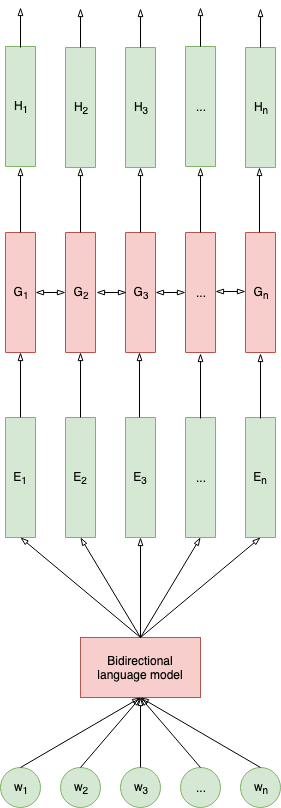
gorjanradevski/Master-thesis keeps this draw.io diagram as Images/sentence_encoder.png. Above is the earlier version. Source tidied: cells renumbered, new cells last; positions are measured from the earlier drawing's top-left corner, leaving out a move shared by most shapes. The source it was exported from:
```xml
<mxGraphModel>
  <root>
    <mxCell id="0" />
    <mxCell id="1" parent="0" />
    <mxCell id="2" value="Bidirectional language model" style="rounded=0;whiteSpace=wrap;html=1;fillColor=#f8cecc;strokeColor=#b85450;" parent="1" vertex="1">
      <mxGeometry x="120" y="630" width="120" height="60" as="geometry" />
    </mxCell>
    <mxCell id="3" value="G&lt;sub&gt;1&lt;/sub&gt;" style="rounded=0;whiteSpace=wrap;html=1;rotation=90;fillColor=#f8cecc;strokeColor=#b85450;horizontal=0;" parent="1" vertex="1">
      <mxGeometry y="270" width="120" height="30" as="geometry" />
    </mxCell>
    <mxCell id="4" value="G&lt;sub&gt;2&lt;/sub&gt;" style="rounded=0;whiteSpace=wrap;html=1;rotation=90;fillColor=#f8cecc;strokeColor=#b85450;verticalAlign=middle;horizontal=0;" parent="1" vertex="1">
      <mxGeometry x="60" y="270" width="120" height="30" as="geometry" />
    </mxCell>
    <mxCell id="5" style="endArrow=blockThin;startArrow=blockThin;html=1;startFill=0;endFill=0;exitX=0.5;exitY=0;exitDx=0;exitDy=0;entryX=0.5;entryY=1;entryDx=0;entryDy=0;" parent="1" edge="1" source="3" target="4">
      <mxGeometry relative="1" as="geometry" />
    </mxCell>
    <mxCell id="6" value="G&lt;sub&gt;3&lt;/sub&gt;" style="rounded=0;whiteSpace=wrap;html=1;rotation=90;fillColor=#f8cecc;strokeColor=#b85450;horizontal=0;" parent="1" vertex="1">
      <mxGeometry x="120" y="270" width="120" height="30" as="geometry" />
    </mxCell>
    <mxCell id="7" style="endArrow=blockThin;startArrow=blockThin;html=1;entryX=0.5;entryY=0;entryDx=0;entryDy=0;exitX=0.5;exitY=1;exitDx=0;exitDy=0;startFill=0;endFill=0;" parent="1" edge="1">
      <mxGeometry relative="1" as="geometry">
        <mxPoint x="136" y="285" as="sourcePoint" />
        <mxPoint x="166" y="285" as="targetPoint" />
      </mxGeometry>
    </mxCell>
    <mxCell id="8" value="..." style="rounded=0;whiteSpace=wrap;html=1;rotation=90;fillColor=#f8cecc;strokeColor=#b85450;horizontal=0;" parent="1" vertex="1">
      <mxGeometry x="180" y="270" width="120" height="30" as="geometry" />
    </mxCell>
    <mxCell id="9" style="endArrow=blockThin;startArrow=blockThin;html=1;entryX=0.5;entryY=0;entryDx=0;entryDy=0;exitX=0.5;exitY=1;exitDx=0;exitDy=0;startFill=0;endFill=0;" parent="1" edge="1">
      <mxGeometry relative="1" as="geometry">
        <mxPoint x="195" y="285" as="sourcePoint" />
        <mxPoint x="225" y="285" as="targetPoint" />
      </mxGeometry>
    </mxCell>
    <mxCell id="10" value="G&lt;sub&gt;n&lt;/sub&gt;" style="rounded=0;whiteSpace=wrap;html=1;rotation=90;fillColor=#f8cecc;strokeColor=#b85450;horizontal=0;" parent="1" vertex="1">
      <mxGeometry x="240" y="270" width="120" height="30" as="geometry" />
    </mxCell>
    <mxCell id="11" style="endArrow=blockThin;startArrow=blockThin;html=1;entryX=0.5;entryY=0;entryDx=0;entryDy=0;exitX=0.5;exitY=1;exitDx=0;exitDy=0;startFill=0;endFill=0;" parent="1" edge="1">
      <mxGeometry relative="1" as="geometry">
        <mxPoint x="255" y="284" as="sourcePoint" />
        <mxPoint x="285" y="284" as="targetPoint" />
      </mxGeometry>
    </mxCell>
    <mxCell id="12" style="endArrow=blockThin;html=1;endFill=0;exitX=0;exitY=0.5;exitDx=0;exitDy=0;" parent="1" edge="1" source="3">
      <mxGeometry relative="1" as="geometry">
        <mxPoint x="60" y="160" as="targetPoint" />
      </mxGeometry>
    </mxCell>
    <mxCell id="13" style="endArrow=blockThin;html=1;exitX=1;exitY=0.5;exitDx=0;exitDy=0;endFill=0;" parent="1" edge="1">
      <mxGeometry relative="1" as="geometry">
        <mxPoint x="120" y="225" as="sourcePoint" />
        <mxPoint x="120" y="160" as="targetPoint" />
      </mxGeometry>
    </mxCell>
    <mxCell id="14" style="endArrow=blockThin;html=1;exitX=1;exitY=0.5;exitDx=0;exitDy=0;endFill=0;" parent="1" edge="1">
      <mxGeometry relative="1" as="geometry">
        <mxPoint x="180" y="225" as="sourcePoint" />
        <mxPoint x="180" y="160" as="targetPoint" />
      </mxGeometry>
    </mxCell>
    <mxCell id="15" style="endArrow=blockThin;html=1;exitX=1;exitY=0.5;exitDx=0;exitDy=0;endFill=0;" parent="1" edge="1">
      <mxGeometry relative="1" as="geometry">
        <mxPoint x="240" y="225" as="sourcePoint" />
        <mxPoint x="240" y="160" as="targetPoint" />
      </mxGeometry>
    </mxCell>
    <mxCell id="16" style="endArrow=blockThin;html=1;exitX=1;exitY=0.5;exitDx=0;exitDy=0;endFill=0;" parent="1" edge="1">
      <mxGeometry relative="1" as="geometry">
        <mxPoint x="299" y="225" as="sourcePoint" />
        <mxPoint x="299" y="160" as="targetPoint" />
      </mxGeometry>
    </mxCell>
    <mxCell id="17" value="H&lt;sub&gt;1&lt;/sub&gt;" style="rounded=0;whiteSpace=wrap;html=1;rotation=90;fillColor=#d5e8d4;strokeColor=#82b366;horizontal=0;" parent="1" vertex="1">
      <mxGeometry y="84" width="120" height="30" as="geometry" />
    </mxCell>
    <mxCell id="18" value="H&lt;sub&gt;2&lt;/sub&gt;" style="rounded=0;whiteSpace=wrap;html=1;rotation=90;fillColor=#d5e8d4;strokeColor=#82b366;horizontal=0;" parent="1" vertex="1">
      <mxGeometry x="60" y="85" width="120" height="30" as="geometry" />
    </mxCell>
    <mxCell id="19" value="H&lt;sub&gt;3&lt;/sub&gt;" style="rounded=0;whiteSpace=wrap;html=1;rotation=90;fillColor=#d5e8d4;strokeColor=#82b366;horizontal=0;" parent="1" vertex="1">
      <mxGeometry x="120" y="85" width="120" height="30" as="geometry" />
    </mxCell>
    <mxCell id="20" value="..." style="rounded=0;whiteSpace=wrap;html=1;rotation=90;fillColor=#d5e8d4;strokeColor=#82b366;horizontal=0;" parent="1" vertex="1">
      <mxGeometry x="180" y="84" width="120" height="30" as="geometry" />
    </mxCell>
    <mxCell id="21" value="H&lt;sub&gt;n&lt;/sub&gt;" style="rounded=0;whiteSpace=wrap;html=1;rotation=90;fillColor=#d5e8d4;strokeColor=#82b366;horizontal=0;" parent="1" vertex="1">
      <mxGeometry x="240" y="85" width="120" height="30" as="geometry" />
    </mxCell>
    <mxCell id="22" value="E&lt;sub&gt;1&lt;/sub&gt;" style="rounded=0;whiteSpace=wrap;html=1;rotation=90;fillColor=#d5e8d4;strokeColor=#82b366;horizontal=0;" parent="1" vertex="1">
      <mxGeometry y="455" width="120" height="30" as="geometry" />
    </mxCell>
    <mxCell id="23" value="E&lt;sub&gt;2&lt;/sub&gt;" style="rounded=0;whiteSpace=wrap;html=1;rotation=90;fillColor=#d5e8d4;strokeColor=#82b366;horizontal=0;" parent="1" vertex="1">
      <mxGeometry x="60" y="455" width="120" height="30" as="geometry" />
    </mxCell>
    <mxCell id="24" value="E&lt;sub&gt;3&lt;/sub&gt;" style="rounded=0;whiteSpace=wrap;html=1;rotation=90;fillColor=#d5e8d4;strokeColor=#82b366;horizontal=0;" parent="1" vertex="1">
      <mxGeometry x="120" y="455" width="120" height="30" as="geometry" />
    </mxCell>
    <mxCell id="25" value="..." style="rounded=0;whiteSpace=wrap;html=1;rotation=90;fillColor=#d5e8d4;strokeColor=#82b366;horizontal=0;" parent="1" vertex="1">
      <mxGeometry x="180" y="455" width="120" height="30" as="geometry" />
    </mxCell>
    <mxCell id="26" value="E&lt;sub&gt;n&lt;/sub&gt;" style="rounded=0;whiteSpace=wrap;html=1;rotation=90;fillColor=#d5e8d4;strokeColor=#82b366;verticalAlign=middle;horizontal=0;" parent="1" vertex="1">
      <mxGeometry x="240" y="455" width="120" height="30" as="geometry" />
    </mxCell>
    <mxCell id="27" style="endArrow=blockThin;html=1;exitX=1;exitY=0.5;exitDx=0;exitDy=0;endFill=0;" parent="1" edge="1">
      <mxGeometry relative="1" as="geometry">
        <mxPoint x="60" y="410" as="sourcePoint" />
        <mxPoint x="60" y="345" as="targetPoint" />
      </mxGeometry>
    </mxCell>
    <mxCell id="28" style="endArrow=blockThin;html=1;exitX=1;exitY=0.5;exitDx=0;exitDy=0;endFill=0;" parent="1" edge="1">
      <mxGeometry relative="1" as="geometry">
        <mxPoint x="120" y="410" as="sourcePoint" />
        <mxPoint x="120" y="345" as="targetPoint" />
      </mxGeometry>
    </mxCell>
    <mxCell id="29" style="endArrow=blockThin;html=1;exitX=1;exitY=0.5;exitDx=0;exitDy=0;endFill=0;" parent="1" edge="1">
      <mxGeometry relative="1" as="geometry">
        <mxPoint x="179" y="410" as="sourcePoint" />
        <mxPoint x="179" y="345" as="targetPoint" />
      </mxGeometry>
    </mxCell>
    <mxCell id="30" style="endArrow=blockThin;html=1;exitX=1;exitY=0.5;exitDx=0;exitDy=0;endFill=0;" parent="1" edge="1">
      <mxGeometry relative="1" as="geometry">
        <mxPoint x="240" y="411" as="sourcePoint" />
        <mxPoint x="240" y="346" as="targetPoint" />
      </mxGeometry>
    </mxCell>
    <mxCell id="31" style="endArrow=blockThin;html=1;exitX=1;exitY=0.5;exitDx=0;exitDy=0;endFill=0;" parent="1" edge="1">
      <mxGeometry relative="1" as="geometry">
        <mxPoint x="300" y="411" as="sourcePoint" />
        <mxPoint x="300" y="346" as="targetPoint" />
      </mxGeometry>
    </mxCell>
    <mxCell id="32" style="endArrow=blockThin;html=1;entryX=1;entryY=0.5;entryDx=0;entryDy=0;exitX=0.5;exitY=0;exitDx=0;exitDy=0;endFill=0;" parent="1" edge="1" source="2" target="22">
      <mxGeometry relative="1" as="geometry" />
    </mxCell>
    <mxCell id="33" style="endArrow=blockThin;html=1;entryX=1;entryY=0.5;entryDx=0;entryDy=0;exitX=0.5;exitY=0;exitDx=0;exitDy=0;endFill=0;" parent="1" edge="1" source="2" target="23">
      <mxGeometry relative="1" as="geometry" />
    </mxCell>
    <mxCell id="34" style="endArrow=blockThin;html=1;exitX=0.5;exitY=0;exitDx=0;exitDy=0;endFill=0;" parent="1" edge="1" source="2">
      <mxGeometry relative="1" as="geometry">
        <mxPoint x="180" y="530" as="targetPoint" />
      </mxGeometry>
    </mxCell>
    <mxCell id="35" style="endArrow=blockThin;html=1;entryX=1;entryY=0.5;entryDx=0;entryDy=0;exitX=0.5;exitY=0;exitDx=0;exitDy=0;endFill=0;" parent="1" edge="1" source="2" target="25">
      <mxGeometry relative="1" as="geometry" />
    </mxCell>
    <mxCell id="36" style="endArrow=blockThin;html=1;entryX=1;entryY=0.5;entryDx=0;entryDy=0;exitX=0.5;exitY=0;exitDx=0;exitDy=0;endFill=0;" parent="1" edge="1" source="2" target="26">
      <mxGeometry relative="1" as="geometry" />
    </mxCell>
    <mxCell id="37" style="endArrow=blockThin;html=1;endFill=0;" parent="1" edge="1">
      <mxGeometry relative="1" as="geometry">
        <mxPoint x="60" y="40" as="sourcePoint" />
        <mxPoint x="60" as="targetPoint" />
      </mxGeometry>
    </mxCell>
    <mxCell id="38" style="endArrow=blockThin;html=1;exitX=1;exitY=0.5;exitDx=0;exitDy=0;endFill=0;" parent="1" edge="1">
      <mxGeometry relative="1" as="geometry">
        <mxPoint x="120" y="40" as="sourcePoint" />
        <mxPoint x="120" y="1" as="targetPoint" />
      </mxGeometry>
    </mxCell>
    <mxCell id="39" style="endArrow=blockThin;html=1;exitX=1;exitY=0.5;exitDx=0;exitDy=0;endFill=0;" parent="1" edge="1">
      <mxGeometry relative="1" as="geometry">
        <mxPoint x="180" y="40" as="sourcePoint" />
        <mxPoint x="180" y="1" as="targetPoint" />
      </mxGeometry>
    </mxCell>
    <mxCell id="40" style="endArrow=blockThin;html=1;exitX=1;exitY=0.5;exitDx=0;exitDy=0;endFill=0;" parent="1" edge="1">
      <mxGeometry relative="1" as="geometry">
        <mxPoint x="240" y="39" as="sourcePoint" />
        <mxPoint x="240" as="targetPoint" />
      </mxGeometry>
    </mxCell>
    <mxCell id="41" style="endArrow=blockThin;html=1;exitX=1;exitY=0.5;exitDx=0;exitDy=0;endFill=0;" parent="1" edge="1">
      <mxGeometry relative="1" as="geometry">
        <mxPoint x="300" y="40" as="sourcePoint" />
        <mxPoint x="300" y="1" as="targetPoint" />
      </mxGeometry>
    </mxCell>
    <mxCell id="42" value="w&lt;sub&gt;1&lt;/sub&gt;" style="ellipse;whiteSpace=wrap;html=1;fillColor=#d5e8d4;strokeColor=#82b366;" parent="1" vertex="1">
      <mxGeometry x="40" y="760" width="40" height="40" as="geometry" />
    </mxCell>
    <mxCell id="43" value="w&lt;sub&gt;2&lt;/sub&gt;" style="ellipse;whiteSpace=wrap;html=1;fillColor=#d5e8d4;strokeColor=#82b366;" parent="1" vertex="1">
      <mxGeometry x="100" y="760" width="40" height="40" as="geometry" />
    </mxCell>
    <mxCell id="44" value="w&lt;sub&gt;3&lt;/sub&gt;" style="ellipse;whiteSpace=wrap;html=1;fillColor=#d5e8d4;strokeColor=#82b366;" parent="1" vertex="1">
      <mxGeometry x="160" y="760" width="40" height="40" as="geometry" />
    </mxCell>
    <mxCell id="45" value="..." style="ellipse;whiteSpace=wrap;html=1;fillColor=#d5e8d4;strokeColor=#82b366;" parent="1" vertex="1">
      <mxGeometry x="220" y="760" width="40" height="40" as="geometry" />
    </mxCell>
    <mxCell id="46" value="w&lt;sub&gt;n&lt;/sub&gt;" style="ellipse;whiteSpace=wrap;html=1;fillColor=#d5e8d4;strokeColor=#82b366;" parent="1" vertex="1">
      <mxGeometry x="280" y="760" width="40" height="40" as="geometry" />
    </mxCell>
    <mxCell id="47" style="endArrow=blockThin;html=1;entryX=0.5;entryY=1;entryDx=0;entryDy=0;exitX=0.5;exitY=0;exitDx=0;exitDy=0;endFill=0;" parent="1" edge="1" source="42" target="2">
      <mxGeometry relative="1" as="geometry" />
    </mxCell>
    <mxCell id="48" style="endArrow=blockThin;html=1;entryX=0.5;entryY=1;entryDx=0;entryDy=0;exitX=0.5;exitY=0;exitDx=0;exitDy=0;endFill=0;" parent="1" edge="1" source="43" target="2">
      <mxGeometry relative="1" as="geometry" />
    </mxCell>
    <mxCell id="49" style="endArrow=blockThin;html=1;entryX=0.5;entryY=1;entryDx=0;entryDy=0;endFill=0;" parent="1" edge="1" source="44" target="2">
      <mxGeometry relative="1" as="geometry" />
    </mxCell>
    <mxCell id="50" style="endArrow=blockThin;html=1;entryX=0.5;entryY=1;entryDx=0;entryDy=0;exitX=0.5;exitY=0;exitDx=0;exitDy=0;endFill=0;" parent="1" edge="1" source="45" target="2">
      <mxGeometry relative="1" as="geometry" />
    </mxCell>
    <mxCell id="51" style="endArrow=blockThin;html=1;entryX=0.5;entryY=1;entryDx=0;entryDy=0;exitX=0.5;exitY=0;exitDx=0;exitDy=0;endFill=0;" parent="1" edge="1" source="46" target="2">
      <mxGeometry relative="1" as="geometry" />
    </mxCell>
  </root>
</mxGraphModel>
```
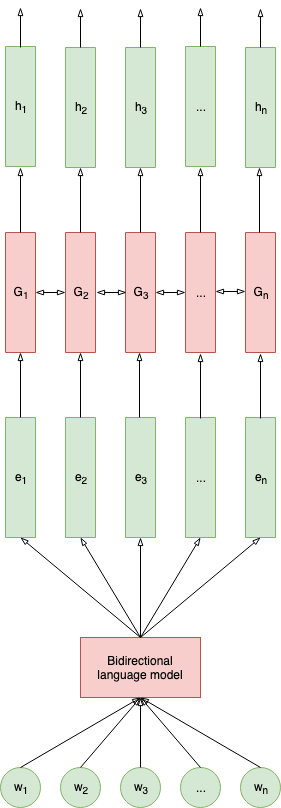
Later version of the same file.

What changed in the source:
```diff
@@ -70,34 +70,34 @@
         <mxPoint x="299" y="160" as="targetPoint" />
       </mxGeometry>
     </mxCell>
-    <mxCell id="17" value="H&lt;sub&gt;1&lt;/sub&gt;" style="rounded=0;whiteSpace=wrap;html=1;rotation=90;fillColor=#d5e8d4;strokeColor=#82b366;horizontal=0;" parent="1" vertex="1">
+    <mxCell id="17" value="h&lt;sub&gt;1&lt;/sub&gt;" style="rounded=0;whiteSpace=wrap;html=1;rotation=90;fillColor=#d5e8d4;strokeColor=#82b366;horizontal=0;" parent="1" vertex="1">
       <mxGeometry y="84" width="120" height="30" as="geometry" />
     </mxCell>
-    <mxCell id="18" value="H&lt;sub&gt;2&lt;/sub&gt;" style="rounded=0;whiteSpace=wrap;html=1;rotation=90;fillColor=#d5e8d4;strokeColor=#82b366;horizontal=0;" parent="1" vertex="1">
+    <mxCell id="18" value="h&lt;sub&gt;2&lt;/sub&gt;" style="rounded=0;whiteSpace=wrap;html=1;rotation=90;fillColor=#d5e8d4;strokeColor=#82b366;horizontal=0;" parent="1" vertex="1">
       <mxGeometry x="60" y="85" width="120" height="30" as="geometry" />
     </mxCell>
-    <mxCell id="19" value="H&lt;sub&gt;3&lt;/sub&gt;" style="rounded=0;whiteSpace=wrap;html=1;rotation=90;fillColor=#d5e8d4;strokeColor=#82b366;horizontal=0;" parent="1" vertex="1">
+    <mxCell id="19" value="h&lt;sub&gt;3&lt;/sub&gt;" style="rounded=0;whiteSpace=wrap;html=1;rotation=90;fillColor=#d5e8d4;strokeColor=#82b366;horizontal=0;" parent="1" vertex="1">
       <mxGeometry x="120" y="85" width="120" height="30" as="geometry" />
     </mxCell>
     <mxCell id="20" value="..." style="rounded=0;whiteSpace=wrap;html=1;rotation=90;fillColor=#d5e8d4;strokeColor=#82b366;horizontal=0;" parent="1" vertex="1">
       <mxGeometry x="180" y="84" width="120" height="30" as="geometry" />
     </mxCell>
-    <mxCell id="21" value="H&lt;sub&gt;n&lt;/sub&gt;" style="rounded=0;whiteSpace=wrap;html=1;rotation=90;fillColor=#d5e8d4;strokeColor=#82b366;horizontal=0;" parent="1" vertex="1">
+    <mxCell id="21" value="h&lt;sub&gt;n&lt;/sub&gt;" style="rounded=0;whiteSpace=wrap;html=1;rotation=90;fillColor=#d5e8d4;strokeColor=#82b366;horizontal=0;" parent="1" vertex="1">
       <mxGeometry x="240" y="85" width="120" height="30" as="geometry" />
     </mxCell>
-    <mxCell id="22" value="E&lt;sub&gt;1&lt;/sub&gt;" style="rounded=0;whiteSpace=wrap;html=1;rotation=90;fillColor=#d5e8d4;strokeColor=#82b366;horizontal=0;" parent="1" vertex="1">
+    <mxCell id="22" value="e&lt;sub&gt;1&lt;/sub&gt;" style="rounded=0;whiteSpace=wrap;html=1;rotation=90;fillColor=#d5e8d4;strokeColor=#82b366;horizontal=0;" parent="1" vertex="1">
       <mxGeometry y="455" width="120" height="30" as="geometry" />
     </mxCell>
-    <mxCell id="23" value="E&lt;sub&gt;2&lt;/sub&gt;" style="rounded=0;whiteSpace=wrap;html=1;rotation=90;fillColor=#d5e8d4;strokeColor=#82b366;horizontal=0;" parent="1" vertex="1">
+    <mxCell id="23" value="e&lt;sub&gt;2&lt;/sub&gt;" style="rounded=0;whiteSpace=wrap;html=1;rotation=90;fillColor=#d5e8d4;strokeColor=#82b366;horizontal=0;" parent="1" vertex="1">
       <mxGeometry x="60" y="455" width="120" height="30" as="geometry" />
     </mxCell>
-    <mxCell id="24" value="E&lt;sub&gt;3&lt;/sub&gt;" style="rounded=0;whiteSpace=wrap;html=1;rotation=90;fillColor=#d5e8d4;strokeColor=#82b366;horizontal=0;" parent="1" vertex="1">
+    <mxCell id="24" value="e&lt;sub&gt;3&lt;/sub&gt;" style="rounded=0;whiteSpace=wrap;html=1;rotation=90;fillColor=#d5e8d4;strokeColor=#82b366;horizontal=0;" parent="1" vertex="1">
       <mxGeometry x="120" y="455" width="120" height="30" as="geometry" />
     </mxCell>
     <mxCell id="25" value="..." style="rounded=0;whiteSpace=wrap;html=1;rotation=90;fillColor=#d5e8d4;strokeColor=#82b366;horizontal=0;" parent="1" vertex="1">
       <mxGeometry x="180" y="455" width="120" height="30" as="geometry" />
     </mxCell>
-    <mxCell id="26" value="E&lt;sub&gt;n&lt;/sub&gt;" style="rounded=0;whiteSpace=wrap;html=1;rotation=90;fillColor=#d5e8d4;strokeColor=#82b366;verticalAlign=middle;horizontal=0;" parent="1" vertex="1">
+    <mxCell id="26" value="e&lt;sub&gt;n&lt;/sub&gt;" style="rounded=0;whiteSpace=wrap;html=1;rotation=90;fillColor=#d5e8d4;strokeColor=#82b366;verticalAlign=middle;horizontal=0;" parent="1" vertex="1">
       <mxGeometry x="240" y="455" width="120" height="30" as="geometry" />
     </mxCell>
     <mxCell id="27" style="endArrow=blockThin;html=1;exitX=1;exitY=0.5;exitDx=0;exitDy=0;endFill=0;" parent="1" edge="1">
```
